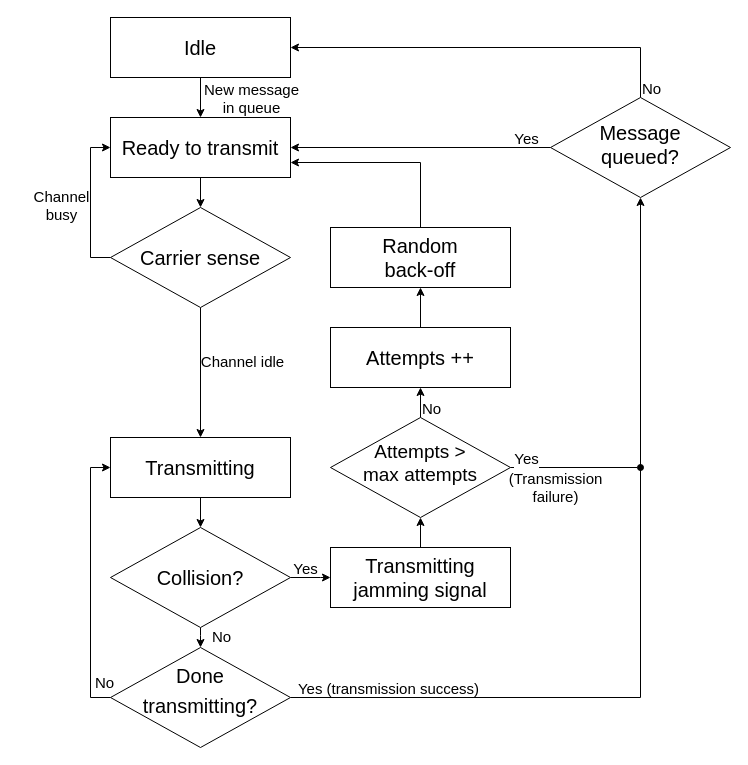
This is documentation/MAC_media/CSMA_CD_diagram.drawio from davidzwa/machoc-99999eu, a draw.io file, before an edit. Source tidied: cells renumbered, new cells numbered last; positions are measured from the earlier drawing's top-left corner, leaving out a move shared by most shapes. Both pictures are drawn from the tidied source at 100%, with x=0, y=0 at pixel (90, 17).
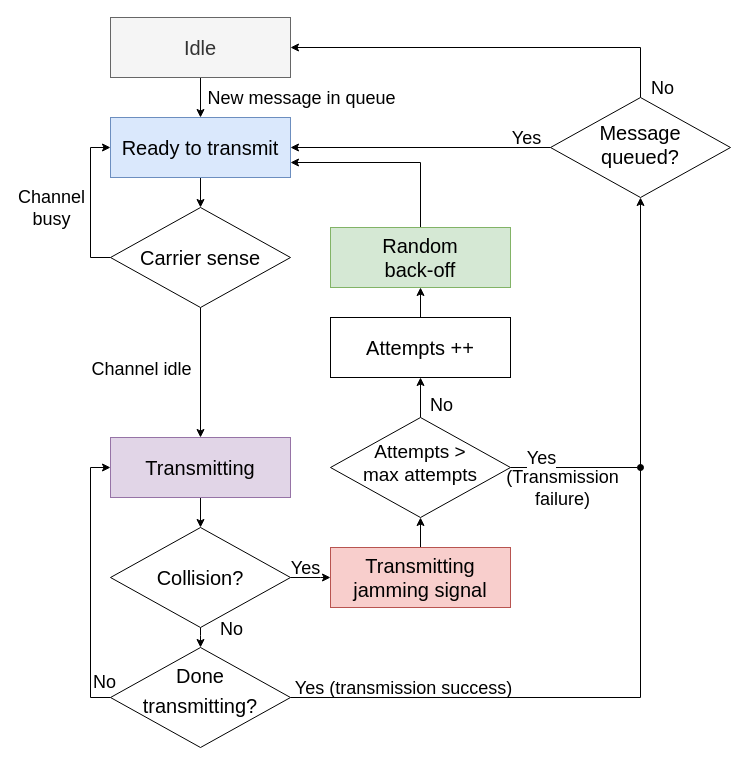
After the change.

Unchanged cells that the change refers to:
```xml
<mxCell id="2" style="edgeStyle=orthogonalEdgeStyle;rounded=0;jettySize=auto;html=1;entryX=0.5;entryY=0;entryDx=0;entryDy=0;exitX=0.5;exitY=1;exitDx=0;exitDy=0;" parent="1" edge="1" source="4" target="6">
  <mxGeometry relative="1" as="geometry" />
</mxCell>
<mxCell id="7" style="edgeStyle=orthogonalEdgeStyle;rounded=0;jettySize=auto;html=1;entryX=0.5;entryY=0;entryDx=0;entryDy=0;exitX=0.5;exitY=1;exitDx=0;exitDy=0;" parent="1" edge="1" source="11" target="13">
  <mxGeometry relative="1" as="geometry" />
</mxCell>
<mxCell id="9" style="edgeStyle=orthogonalEdgeStyle;rounded=0;jettySize=auto;html=1;entryX=0;entryY=0.5;entryDx=0;entryDy=0;exitX=0;exitY=0.5;exitDx=0;exitDy=0;" parent="1" edge="1" source="11" target="6">
  <mxGeometry relative="1" as="geometry">
    <Array as="points">
      <mxPoint y="240" />
      <mxPoint y="130" />
    </Array>
  </mxGeometry>
</mxCell>
<mxCell id="14" style="edgeStyle=orthogonalEdgeStyle;rounded=0;jettySize=auto;html=1;exitX=0.5;exitY=1;exitDx=0;exitDy=0;entryX=0.5;entryY=0;entryDx=0;entryDy=0;" parent="1" edge="1" source="18" target="23">
  <mxGeometry relative="1" as="geometry">
    <Array as="points">
      <mxPoint x="110" y="618" />
      <mxPoint x="110" y="618" />
    </Array>
  </mxGeometry>
</mxCell>
<mxCell id="16" style="edgeStyle=orthogonalEdgeStyle;rounded=0;jettySize=auto;html=1;entryX=0;entryY=0.5;entryDx=0;entryDy=0;" parent="1" edge="1" source="18" target="25">
  <mxGeometry relative="1" as="geometry">
    <Array as="points">
      <mxPoint x="230" y="560" />
      <mxPoint x="230" y="560" />
    </Array>
  </mxGeometry>
</mxCell>
<mxCell id="19" style="edgeStyle=orthogonalEdgeStyle;rounded=0;jettySize=auto;html=1;entryX=0.5;entryY=1;entryDx=0;entryDy=0;" parent="1" edge="1" source="23" target="32">
  <mxGeometry relative="1" as="geometry" />
</mxCell>
<mxCell id="21" style="edgeStyle=orthogonalEdgeStyle;rounded=0;jettySize=auto;html=1;entryX=0;entryY=0.5;entryDx=0;entryDy=0;exitX=0;exitY=0.5;exitDx=0;exitDy=0;" parent="1" edge="1" source="23" target="13">
  <mxGeometry relative="1" as="geometry">
    <Array as="points">
      <mxPoint y="680" />
      <mxPoint y="450" />
    </Array>
  </mxGeometry>
</mxCell>
<mxCell id="28" style="edgeStyle=orthogonalEdgeStyle;rounded=0;jettySize=auto;html=1;exitX=0;exitY=0.5;exitDx=0;exitDy=0;entryX=1;entryY=0.5;entryDx=0;entryDy=0;" parent="1" edge="1" source="32" target="6">
  <mxGeometry relative="1" as="geometry">
    <Array as="points">
      <mxPoint x="460" y="130" />
    </Array>
  </mxGeometry>
</mxCell>
<mxCell id="30" style="edgeStyle=orthogonalEdgeStyle;rounded=0;jettySize=auto;html=1;entryX=1;entryY=0.5;entryDx=0;entryDy=0;exitX=0.5;exitY=0;exitDx=0;exitDy=0;" parent="1" edge="1" source="32" target="4">
  <mxGeometry relative="1" as="geometry">
    <Array as="points">
      <mxPoint x="550" y="30" />
    </Array>
  </mxGeometry>
</mxCell>
<mxCell id="33" style="edgeStyle=orthogonalEdgeStyle;rounded=0;jettySize=auto;html=1;exitX=0.5;exitY=0;exitDx=0;exitDy=0;entryX=0.5;entryY=1;entryDx=0;entryDy=0;" parent="1" edge="1" source="38" target="40">
  <mxGeometry relative="1" as="geometry" />
</mxCell>
<mxCell id="35" style="edgeStyle=orthogonalEdgeStyle;rounded=0;jettySize=auto;html=1;exitX=1;exitY=0.5;exitDx=0;exitDy=0;endArrow=oval;endFill=1;" parent="1" edge="1" source="38">
  <mxGeometry relative="1" as="geometry">
    <mxPoint x="550" y="450" as="targetPoint" />
    <Array as="points">
      <mxPoint x="550" y="450" />
    </Array>
  </mxGeometry>
</mxCell>
```

Change to the diagram source:
```diff
@@
-    <mxCell id="3" value="&lt;div&gt;&lt;font style=&quot;font-size: 15px&quot;&gt;New message&lt;/font&gt;&lt;/div&gt;&lt;div&gt;&lt;font style=&quot;font-size: 15px&quot;&gt;in queue&lt;/font&gt;&lt;/div&gt;" style="edgeLabel;html=1;align=center;verticalAlign=middle;labelBackgroundColor=none;" parent="2" vertex="1">
+    <mxCell id="3" value="&lt;div style=&quot;font-size: 18px&quot;&gt;&lt;font style=&quot;font-size: 18px&quot;&gt;New message&amp;nbsp;&lt;/font&gt;&lt;span&gt;in queue&lt;/span&gt;&lt;/div&gt;" style="edgeLabel;html=1;align=center;verticalAlign=middle;labelBackgroundColor=none;fontSize=18;fontStyle=0;" parent="2" vertex="1">
       <mxGeometry x="-0.3" y="11" relative="1" as="geometry">
-        <mxPoint x="39" y="6.3" as="offset" />
+        <mxPoint x="89" y="6" as="offset" />
       </mxGeometry>
     </mxCell>
-    <mxCell id="4" value="&lt;font style=&quot;font-size: 20px&quot;&gt;Idle&lt;/font&gt;" style="rounded=0;whiteSpace=wrap;html=1;" parent="1" vertex="1">
+    <mxCell id="4" value="&lt;font style=&quot;font-size: 20px&quot;&gt;Idle&lt;/font&gt;" style="rounded=0;whiteSpace=wrap;html=1;fillColor=#f5f5f5;strokeColor=#666666;fontColor=#333333;" parent="1" vertex="1">
       <mxGeometry x="20" width="180" height="60" as="geometry" />
     </mxCell>
@@
-    <mxCell id="6" value="&lt;font style=&quot;font-size: 20px&quot;&gt;Ready to transmit&lt;br&gt;&lt;/font&gt;" style="rounded=0;whiteSpace=wrap;html=1;" parent="1" vertex="1">
+    <mxCell id="6" value="&lt;font style=&quot;font-size: 20px&quot;&gt;Ready to transmit&lt;br&gt;&lt;/font&gt;" style="rounded=0;whiteSpace=wrap;html=1;fillColor=#dae8fc;strokeColor=#6c8ebf;" parent="1" vertex="1">
       <mxGeometry x="20" y="100" width="180" height="60" as="geometry" />
     </mxCell>
@@
-    <mxCell id="8" value="&lt;font style=&quot;font-size: 15px&quot;&gt;Channel idle&lt;br&gt;&lt;/font&gt;" style="edgeLabel;html=1;align=center;verticalAlign=middle;labelBackgroundColor=none;" parent="7" vertex="1">
+    <mxCell id="8" value="&lt;font style=&quot;font-size: 18px;&quot;&gt;Channel idle&lt;br style=&quot;font-size: 18px;&quot;&gt;&lt;/font&gt;" style="edgeLabel;html=1;align=center;verticalAlign=middle;labelBackgroundColor=none;fontSize=18;fontStyle=0;" parent="7" vertex="1">
       <mxGeometry x="-0.13" y="-2" relative="1" as="geometry">
-        <mxPoint x="43" y="-3.1" as="offset" />
+        <mxPoint x="-58" y="4" as="offset" />
       </mxGeometry>
     </mxCell>
@@
-    <mxCell id="10" value="&lt;div style=&quot;font-size: 15px&quot;&gt;&lt;font style=&quot;font-size: 15px&quot;&gt;Channel&lt;/font&gt;&lt;/div&gt;&lt;div style=&quot;font-size: 15px&quot;&gt;&lt;font style=&quot;font-size: 15px&quot;&gt;busy&lt;br&gt;&lt;/font&gt;&lt;/div&gt;" style="edgeLabel;html=1;align=center;verticalAlign=middle;labelBackgroundColor=none;" parent="9" vertex="1">
+    <mxCell id="10" value="&lt;div style=&quot;font-size: 18px;&quot;&gt;&lt;font style=&quot;font-size: 18px;&quot;&gt;Channel&lt;/font&gt;&lt;/div&gt;&lt;div style=&quot;font-size: 18px;&quot;&gt;&lt;font style=&quot;font-size: 18px;&quot;&gt;busy&lt;br style=&quot;font-size: 18px;&quot;&gt;&lt;/font&gt;&lt;/div&gt;" style="edgeLabel;html=1;align=center;verticalAlign=middle;labelBackgroundColor=none;fontSize=18;fontStyle=0;" parent="9" vertex="1">
       <mxGeometry x="-0.11" y="-2" relative="1" as="geometry">
-        <mxPoint x="-32" y="-6" as="offset" />
+        <mxPoint x="-42" y="-3" as="offset" />
       </mxGeometry>
     </mxCell>
@@
-    <mxCell id="13" value="&lt;font style=&quot;font-size: 20px&quot;&gt;Transmitting&lt;br&gt;&lt;/font&gt;" style="rounded=0;whiteSpace=wrap;html=1;" parent="1" vertex="1">
+    <mxCell id="13" value="&lt;font style=&quot;font-size: 20px&quot;&gt;Transmitting&lt;br&gt;&lt;/font&gt;" style="rounded=0;whiteSpace=wrap;html=1;fillColor=#e1d5e7;strokeColor=#9673a6;" parent="1" vertex="1">
       <mxGeometry x="20" y="420" width="180" height="60" as="geometry" />
     </mxCell>
@@
-    <mxCell id="15" value="&lt;font style=&quot;font-size: 15px&quot;&gt;No&lt;/font&gt;" style="edgeLabel;html=1;align=center;verticalAlign=middle;labelBackgroundColor=none;" parent="14" vertex="1">
+    <mxCell id="15" value="&lt;font style=&quot;font-size: 18px;&quot;&gt;No&lt;/font&gt;" style="edgeLabel;html=1;align=center;verticalAlign=middle;labelBackgroundColor=none;fontSize=18;fontStyle=0;" parent="14" vertex="1">
       <mxGeometry x="0.25" y="2" relative="1" as="geometry">
-        <mxPoint x="18" y="-4.7" as="offset" />
+        <mxPoint x="28" y="-12" as="offset" />
       </mxGeometry>
     </mxCell>
@@
-    <mxCell id="17" value="&lt;font style=&quot;font-size: 15px&quot;&gt;Yes&lt;/font&gt;" style="edgeLabel;html=1;align=center;verticalAlign=middle;labelBackgroundColor=none;" parent="16" vertex="1">
+    <mxCell id="17" value="&lt;font style=&quot;font-size: 18px;&quot;&gt;Yes&lt;/font&gt;" style="edgeLabel;html=1;align=center;verticalAlign=middle;labelBackgroundColor=none;fontSize=18;fontStyle=0;" parent="16" vertex="1">
       <mxGeometry x="-0.31" relative="1" as="geometry">
         <mxPoint y="-10" as="offset" />
       </mxGeometry>
     </mxCell>
@@
-    <mxCell id="20" value="&lt;div style=&quot;font-size: 15px&quot;&gt;&lt;font style=&quot;font-size: 15px&quot;&gt;Yes (transmission success)&lt;/font&gt;&lt;/div&gt;" style="edgeLabel;html=1;align=center;verticalAlign=middle;labelBackgroundColor=none;" parent="19" vertex="1">
+    <mxCell id="20" value="&lt;div style=&quot;font-size: 18px;&quot;&gt;&lt;font style=&quot;font-size: 18px;&quot;&gt;Yes (transmission success)&lt;/font&gt;&lt;/div&gt;" style="edgeLabel;html=1;align=center;verticalAlign=middle;labelBackgroundColor=none;fontSize=18;fontStyle=0;" parent="19" vertex="1">
       <mxGeometry x="-0.93" y="-2" relative="1" as="geometry">
-        <mxPoint x="67" y="-12" as="offset" />
+        <mxPoint x="82" y="-12" as="offset" />
       </mxGeometry>
     </mxCell>
@@
-    <mxCell id="22" value="&lt;font style=&quot;font-size: 15px&quot;&gt;No&lt;/font&gt;" style="edgeLabel;html=1;align=center;verticalAlign=middle;labelBackgroundColor=none;" parent="21" vertex="1">
+    <mxCell id="22" value="&lt;font style=&quot;font-size: 18px;&quot;&gt;No&lt;/font&gt;" style="edgeLabel;html=1;align=center;verticalAlign=middle;labelBackgroundColor=none;fontSize=18;fontStyle=0;" parent="21" vertex="1">
       <mxGeometry x="-0.81" relative="1" as="geometry">
         <mxPoint x="13.8" y="-10" as="offset" />
       </mxGeometry>
     </mxCell>
@@
-    <mxCell id="25" value="&lt;div&gt;&lt;font style=&quot;font-size: 20px&quot;&gt;Transmitting&lt;/font&gt;&lt;/div&gt;&lt;div&gt;&lt;font style=&quot;font-size: 20px&quot;&gt;jamming signal&lt;/font&gt;&lt;/div&gt;" style="rounded=0;whiteSpace=wrap;html=1;" parent="1" vertex="1">
+    <mxCell id="25" value="&lt;div&gt;&lt;font style=&quot;font-size: 20px&quot;&gt;Transmitting&lt;/font&gt;&lt;/div&gt;&lt;div&gt;&lt;font style=&quot;font-size: 20px&quot;&gt;jamming signal&lt;/font&gt;&lt;/div&gt;" style="rounded=0;whiteSpace=wrap;html=1;fillColor=#f8cecc;strokeColor=#b85450;" parent="1" vertex="1">
       <mxGeometry x="240" y="530" width="180" height="60" as="geometry" />
     </mxCell>
@@
-    <mxCell id="27" value="&lt;div&gt;&lt;font style=&quot;font-size: 20px&quot;&gt;Random &lt;br&gt;&lt;/font&gt;&lt;/div&gt;&lt;div&gt;&lt;font style=&quot;font-size: 20px&quot;&gt;back-off &lt;/font&gt;&lt;/div&gt;" style="rounded=0;whiteSpace=wrap;html=1;" parent="1" vertex="1">
+    <mxCell id="27" value="&lt;div&gt;&lt;font style=&quot;font-size: 20px&quot;&gt;Random &lt;br&gt;&lt;/font&gt;&lt;/div&gt;&lt;div&gt;&lt;font style=&quot;font-size: 20px&quot;&gt;back-off &lt;/font&gt;&lt;/div&gt;" style="rounded=0;whiteSpace=wrap;html=1;fillColor=#d5e8d4;strokeColor=#82b366;" parent="1" vertex="1">
       <mxGeometry x="240" y="210" width="180" height="60" as="geometry" />
     </mxCell>
@@
-    <mxCell id="29" value="&lt;font style=&quot;font-size: 15px&quot;&gt;Yes&lt;/font&gt;" style="edgeLabel;html=1;align=center;verticalAlign=middle;labelBackgroundColor=none;" parent="28" vertex="1">
+    <mxCell id="29" value="&lt;font style=&quot;font-size: 18px;&quot;&gt;Yes&lt;/font&gt;" style="edgeLabel;html=1;align=center;verticalAlign=middle;labelBackgroundColor=none;fontSize=18;fontStyle=0;" parent="28" vertex="1">
       <mxGeometry x="-0.64" y="3" relative="1" as="geometry">
         <mxPoint x="22.1" y="-13" as="offset" />
       </mxGeometry>
     </mxCell>
@@
-    <mxCell id="31" value="&lt;font style=&quot;font-size: 15px&quot;&gt;No&lt;/font&gt;" style="edgeLabel;html=1;align=center;verticalAlign=middle;labelBackgroundColor=none;" parent="30" vertex="1">
+    <mxCell id="31" value="&lt;font style=&quot;font-size: 18px;&quot;&gt;No&lt;/font&gt;" style="edgeLabel;html=1;align=center;verticalAlign=middle;labelBackgroundColor=none;fontSize=18;fontStyle=0;" parent="30" vertex="1">
       <mxGeometry x="0.04" y="3" relative="1" as="geometry">
-        <mxPoint x="168.6" y="37" as="offset" />
+        <mxPoint x="179" y="37" as="offset" />
       </mxGeometry>
     </mxCell>
@@
-    <mxCell id="34" value="&lt;font style=&quot;font-size: 15px&quot;&gt;No&lt;/font&gt;" style="edgeLabel;html=1;align=center;verticalAlign=middle;labelBackgroundColor=none;" parent="33" vertex="1">
+    <mxCell id="34" value="&lt;font style=&quot;font-size: 18px;&quot;&gt;No&lt;/font&gt;" style="edgeLabel;html=1;align=center;verticalAlign=middle;labelBackgroundColor=none;fontSize=18;fontStyle=0;" parent="33" vertex="1">
       <mxGeometry x="-0.44" relative="1" as="geometry">
-        <mxPoint x="10.3" y="-1.4" as="offset" />
+        <mxPoint x="20" y="-1.4" as="offset" />
       </mxGeometry>
     </mxCell>
@@
-    <mxCell id="36" value="&lt;font style=&quot;font-size: 15px&quot;&gt;Yes&lt;/font&gt;" style="edgeLabel;html=1;align=center;verticalAlign=middle;" parent="35" vertex="1">
+    <mxCell id="36" value="&lt;font style=&quot;font-size: 18px;&quot;&gt;Yes&lt;/font&gt;" style="edgeLabel;html=1;align=center;verticalAlign=middle;fontSize=18;fontStyle=0;" parent="35" vertex="1">
       <mxGeometry y="47" relative="1" as="geometry">
-        <mxPoint x="-50" y="37" as="offset" />
+        <mxPoint x="-35" y="37" as="offset" />
       </mxGeometry>
     </mxCell>
-    <mxCell id="37" value="&lt;div style=&quot;font-size: 15px&quot;&gt;&lt;font style=&quot;font-size: 15px&quot;&gt;(Transmission&lt;/font&gt;&lt;/div&gt;&lt;div style=&quot;font-size: 15px&quot;&gt;&lt;font style=&quot;font-size: 15px&quot;&gt;failure)&lt;br&gt;&lt;/font&gt;&lt;/div&gt;" style="edgeLabel;html=1;align=center;verticalAlign=middle;labelBackgroundColor=none;" parent="35" vertex="1">
+    <mxCell id="37" value="&lt;div style=&quot;font-size: 18px;&quot;&gt;&lt;font style=&quot;font-size: 18px;&quot;&gt;(Transmission&lt;/font&gt;&lt;/div&gt;&lt;div style=&quot;font-size: 18px;&quot;&gt;&lt;font style=&quot;font-size: 18px;&quot;&gt;failure)&lt;br style=&quot;font-size: 18px;&quot;&gt;&lt;/font&gt;&lt;/div&gt;" style="edgeLabel;html=1;align=center;verticalAlign=middle;labelBackgroundColor=none;fontSize=18;fontStyle=0;" parent="35" vertex="1">
       <mxGeometry x="-0.3" relative="1" as="geometry">
-        <mxPoint x="-1.7" y="19" as="offset" />
+        <mxPoint x="5" y="20" as="offset" />
       </mxGeometry>
     </mxCell>
@@
     <mxCell id="40" value="&lt;font style=&quot;font-size: 20px&quot;&gt;Attempts ++&lt;br&gt;&lt;/font&gt;" style="rounded=0;whiteSpace=wrap;html=1;labelBackgroundColor=none;" parent="1" vertex="1">
-      <mxGeometry x="240" y="310" width="180" height="60" as="geometry" />
+      <mxGeometry x="240" y="300" width="180" height="60" as="geometry" />
     </mxCell>
```
